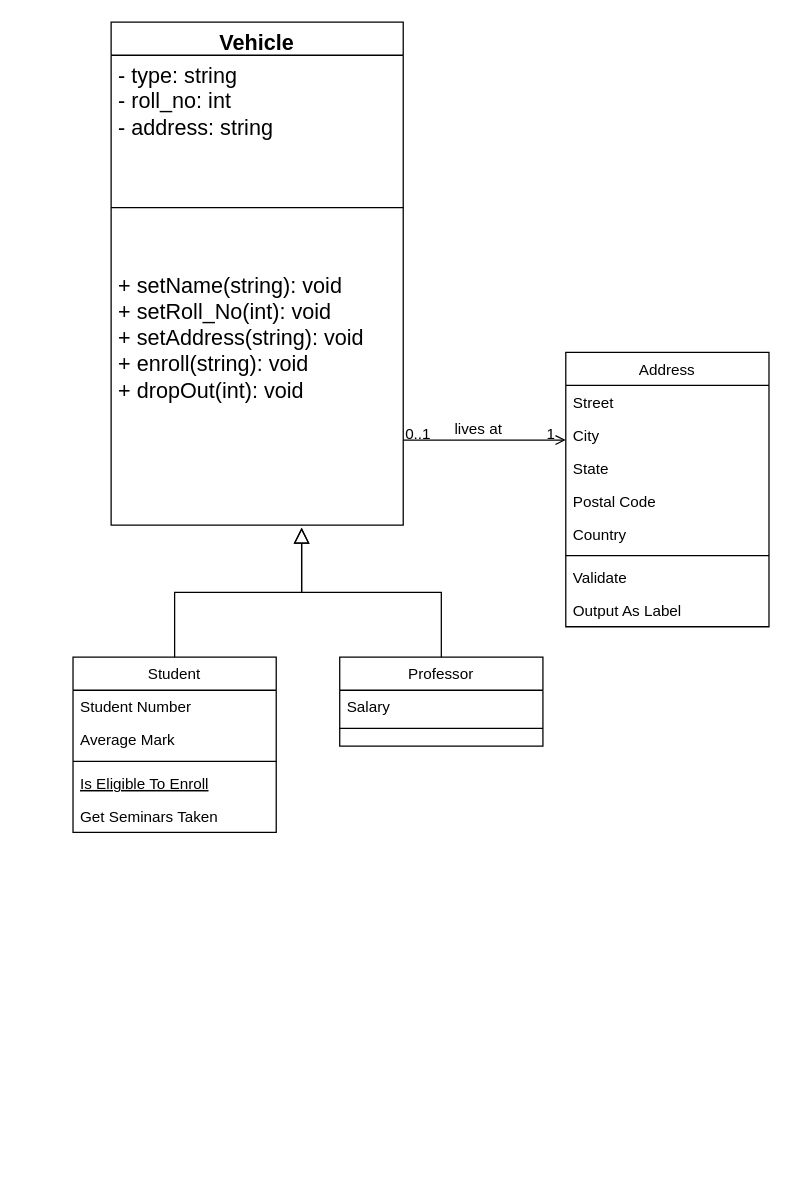
Earlier version of the draw.io diagram Untitled Diagram.drawio (ABHINAV1418/uml). Source tidied: cells renumbered, new cells numbered last; positions are measured from the earlier drawing's top-left corner, leaving out a move shared by most shapes. Both pictures are drawn from the tidied source at 127%, with x=0, y=0 at pixel (72, 22).
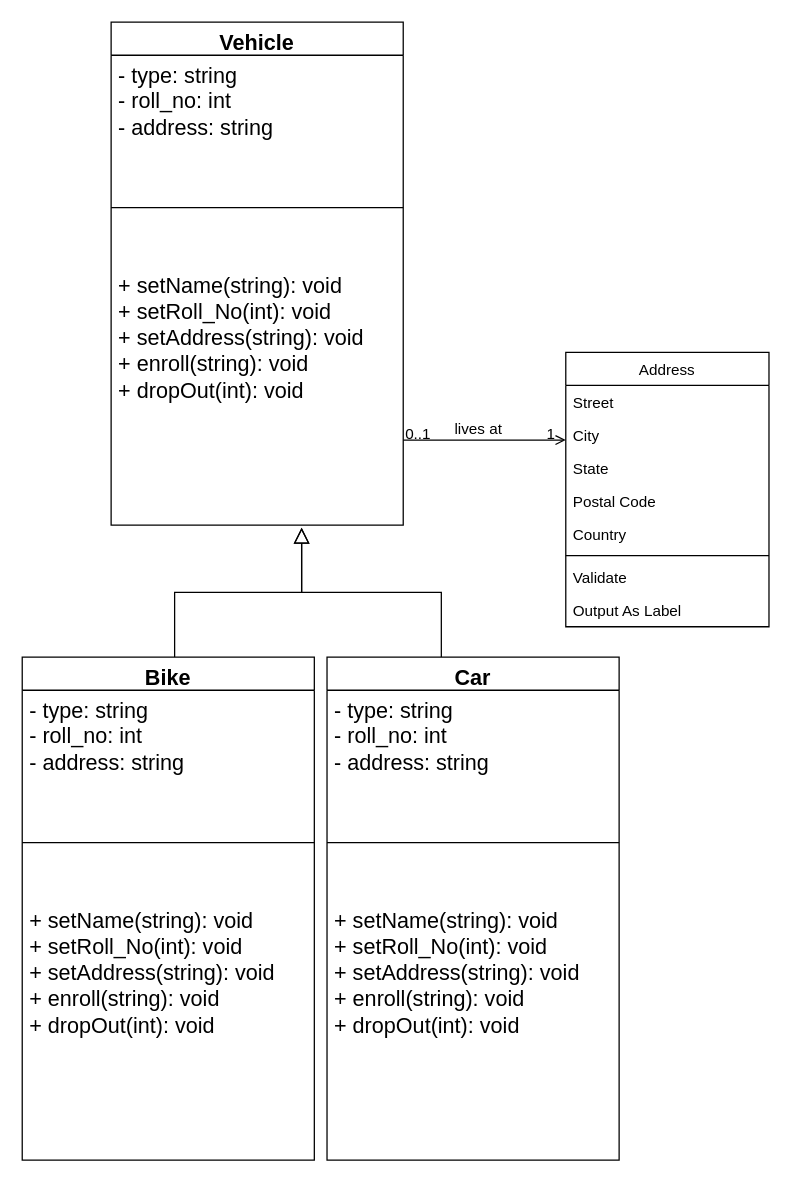
The same diagram, later.

Diff of the diagram source:
```diff
@@
-    <mxCell id="2" value="Student" style="swimlane;fontStyle=0;align=center;verticalAlign=top;horizontal=1;startSize=26;rounded=0;shadow=0;strokeWidth=1;" parent="1" vertex="1">
-      <mxGeometry y="500" width="160" height="138" as="geometry" />
-    </mxCell>
-    <mxCell id="3" value="Student Number" style="text;align=left;verticalAlign=top;spacingLeft=4;spacingRight=4;overflow=hidden;" parent="2" vertex="1">
-      <mxGeometry y="26" width="160" height="26" as="geometry" />
-    </mxCell>
-    <mxCell id="4" value="Average Mark" style="text;align=left;verticalAlign=top;spacingLeft=4;spacingRight=4;overflow=hidden;rounded=0;shadow=0;html=0;" parent="2" vertex="1">
-      <mxGeometry y="52" width="160" height="26" as="geometry" />
-    </mxCell>
-    <mxCell id="5" style="line;html=1;strokeWidth=1;align=left;verticalAlign=middle;spacingTop=-1;spacingLeft=3;spacingRight=3;labelPosition=right;" parent="2" vertex="1">
-      <mxGeometry y="78" width="160" height="8" as="geometry" />
-    </mxCell>
-    <mxCell id="6" value="Is Eligible To Enroll" style="text;align=left;verticalAlign=top;spacingLeft=4;spacingRight=4;overflow=hidden;fontStyle=4;" parent="2" vertex="1">
-      <mxGeometry y="86" width="160" height="26" as="geometry" />
-    </mxCell>
-    <mxCell id="7" value="Get Seminars Taken" style="text;align=left;verticalAlign=top;spacingLeft=4;spacingRight=4;overflow=hidden;" parent="2" vertex="1">
-      <mxGeometry y="112" width="160" height="26" as="geometry" />
-    </mxCell>
-    <mxCell id="8" style="endArrow=block;endSize=10;endFill=0;shadow=0;strokeWidth=1;rounded=0;curved=0;edgeStyle=elbowEdgeStyle;elbow=vertical;" parent="1" edge="1" source="2">
+    <mxCell id="8" style="endArrow=block;endSize=10;endFill=0;shadow=0;strokeWidth=1;rounded=0;curved=0;edgeStyle=elbowEdgeStyle;elbow=vertical;" parent="1" edge="1">
       <mxGeometry relative="1" as="geometry">
+        <mxPoint x="80" y="500" as="sourcePoint" />
         <mxPoint x="180" y="398" as="targetPoint" />
       </mxGeometry>
     </mxCell>
-    <mxCell id="9" value="Professor" style="swimlane;fontStyle=0;align=center;verticalAlign=top;horizontal=1;startSize=26;rounded=0;shadow=0;strokeWidth=1;" parent="1" vertex="1">
-      <mxGeometry x="210" y="500" width="160" height="70" as="geometry" />
-    </mxCell>
-    <mxCell id="10" value="Salary" style="text;align=left;verticalAlign=top;spacingLeft=4;spacingRight=4;overflow=hidden;" parent="9" vertex="1">
-      <mxGeometry y="26" width="160" height="26" as="geometry" />
-    </mxCell>
-    <mxCell id="11" style="line;html=1;strokeWidth=1;align=left;verticalAlign=middle;spacingTop=-1;spacingLeft=3;spacingRight=3;labelPosition=right;" parent="9" vertex="1">
-      <mxGeometry y="52" width="160" height="8" as="geometry" />
-    </mxCell>
-    <mxCell id="12" style="endArrow=block;endSize=10;endFill=0;shadow=0;strokeWidth=1;rounded=0;curved=0;edgeStyle=elbowEdgeStyle;elbow=vertical;" parent="1" edge="1" source="9">
+    <mxCell id="12" style="endArrow=block;endSize=10;endFill=0;shadow=0;strokeWidth=1;rounded=0;curved=0;edgeStyle=elbowEdgeStyle;elbow=vertical;" parent="1" edge="1">
       <mxGeometry relative="1" as="geometry">
+        <mxPoint x="290" y="500" as="sourcePoint" />
         <mxPoint x="180" y="398" as="targetPoint" />
       </mxGeometry>
     </mxCell>
@@
+    <mxCell id="30" value="Bike" style="swimlane;fontStyle=1;align=center;verticalAlign=top;horizontal=1;startSize=26;whiteSpace=wrap;html=1;fontSize=17;" parent="1" vertex="1">
+      <mxGeometry x="-40" y="500" width="230" height="396" as="geometry" />
+    </mxCell>
+    <mxCell id="31" value="- type: string&lt;div&gt;- roll_no: int&lt;/div&gt;&lt;div&gt;- address: string&lt;/div&gt;&lt;div&gt;&lt;br&gt;&lt;/div&gt;" style="text;strokeColor=none;fillColor=none;align=left;verticalAlign=top;spacingLeft=4;spacingRight=4;overflow=hidden;whiteSpace=wrap;html=1;fontSize=17;" parent="30" vertex="1">
+      <mxGeometry y="26" width="230" height="74" as="geometry" />
+    </mxCell>
+    <mxCell id="32" style="line;strokeWidth=1;fillColor=none;align=left;verticalAlign=middle;spacingTop=-1;spacingLeft=3;spacingRight=3;labelPosition=right;strokeColor=inherit;fontSize=17;" parent="30" vertex="1">
+      <mxGeometry y="100" width="230" height="92" as="geometry" />
+    </mxCell>
+    <mxCell id="33" value="+ setName(string): void&lt;div&gt;+ setRoll_No(int): void&lt;/div&gt;&lt;div&gt;+ setAddress(string): void&lt;/div&gt;&lt;div&gt;+ enroll(string): void&lt;div&gt;+ dropOut(int): void&lt;br&gt;&lt;/div&gt;&lt;/div&gt;" style="text;strokeColor=none;fillColor=none;align=left;verticalAlign=top;spacingLeft=4;spacingRight=4;overflow=hidden;whiteSpace=wrap;html=1;fontSize=17;" parent="30" vertex="1">
+      <mxGeometry y="192" width="230" height="204" as="geometry" />
+    </mxCell>
+    <mxCell id="34" value="Car" style="swimlane;fontStyle=1;align=center;verticalAlign=top;horizontal=1;startSize=26;whiteSpace=wrap;html=1;fontSize=17;" parent="1" vertex="1">
+      <mxGeometry x="200" y="500" width="230" height="396" as="geometry" />
+    </mxCell>
+    <mxCell id="35" value="- type: string&lt;div&gt;- roll_no: int&lt;/div&gt;&lt;div&gt;- address: string&lt;/div&gt;&lt;div&gt;&lt;br&gt;&lt;/div&gt;" style="text;strokeColor=none;fillColor=none;align=left;verticalAlign=top;spacingLeft=4;spacingRight=4;overflow=hidden;whiteSpace=wrap;html=1;fontSize=17;" parent="34" vertex="1">
+      <mxGeometry y="26" width="230" height="74" as="geometry" />
+    </mxCell>
+    <mxCell id="36" style="line;strokeWidth=1;fillColor=none;align=left;verticalAlign=middle;spacingTop=-1;spacingLeft=3;spacingRight=3;labelPosition=right;strokeColor=inherit;fontSize=17;" parent="34" vertex="1">
+      <mxGeometry y="100" width="230" height="92" as="geometry" />
+    </mxCell>
+    <mxCell id="37" value="+ setName(string): void&lt;div&gt;+ setRoll_No(int): void&lt;/div&gt;&lt;div&gt;+ setAddress(string): void&lt;/div&gt;&lt;div&gt;+ enroll(string): void&lt;div&gt;+ dropOut(int): void&lt;br&gt;&lt;/div&gt;&lt;/div&gt;" style="text;strokeColor=none;fillColor=none;align=left;verticalAlign=top;spacingLeft=4;spacingRight=4;overflow=hidden;whiteSpace=wrap;html=1;fontSize=17;" parent="34" vertex="1">
+      <mxGeometry y="192" width="230" height="204" as="geometry" />
+    </mxCell>
```
